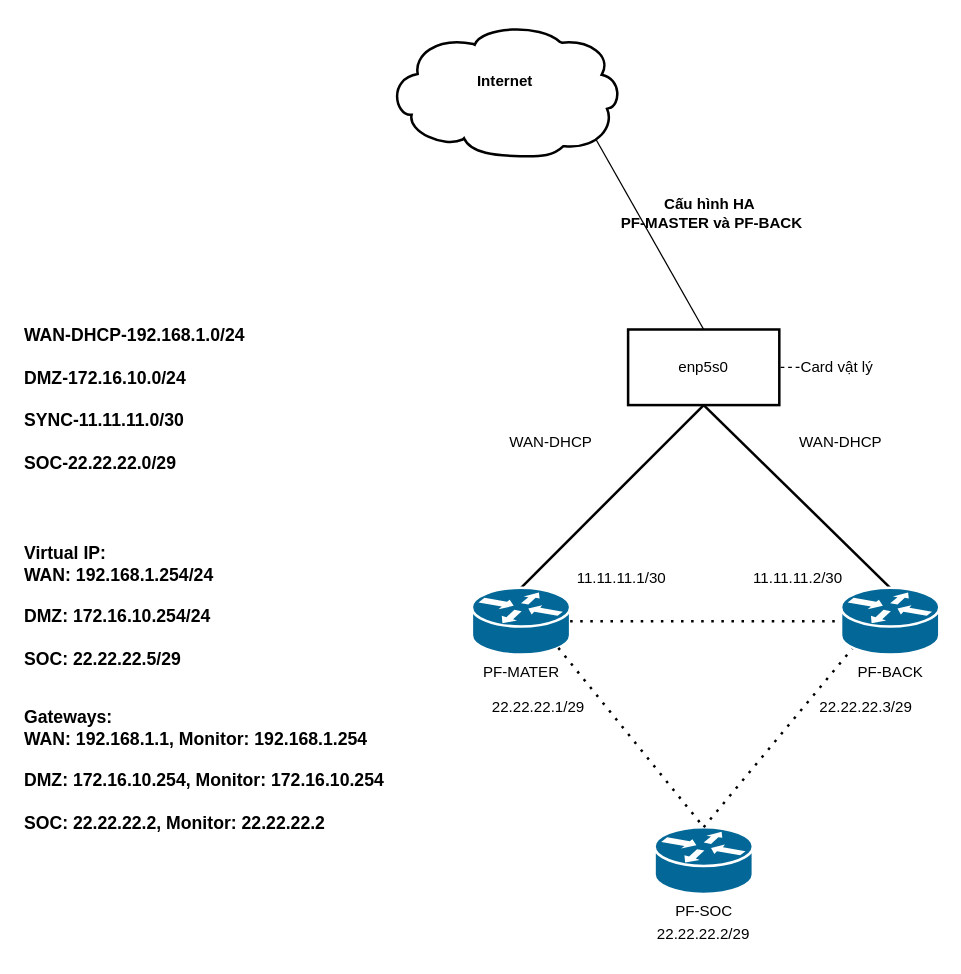
Above: lab-000-pfsense-HA-map.drawio in BHNamSSD/pfsense (draw.io), before the change. Source tidied: cells renumbered, new cells numbered last; positions are measured from the earlier drawing's top-left corner, leaving out a move shared by most shapes. Both pictures are drawn from the tidied source at 126%, with x=0, y=0 at pixel (21, 23).
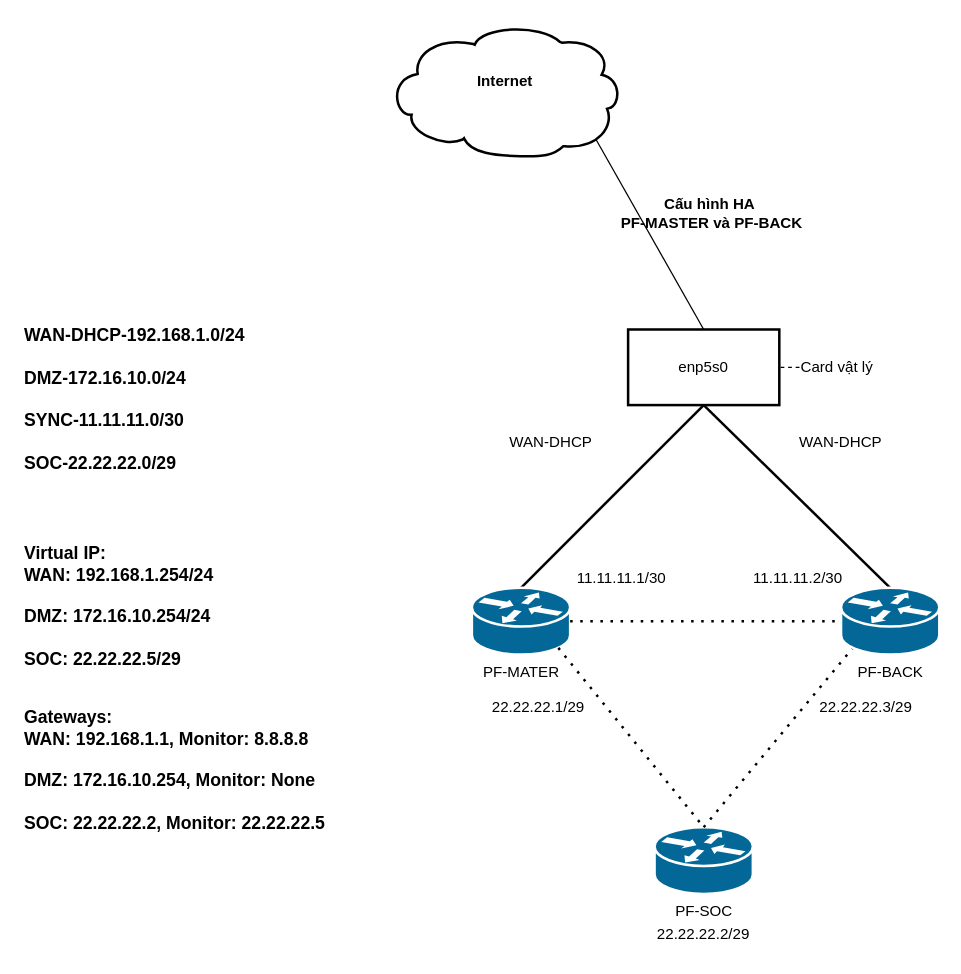
After the change.

Commit message:
Cập nhật lab-000-pfsense-HA-map.drawio

The edit, as a diff of the source:
```diff
@@
-    <mxCell id="25" value="&lt;div&gt;&lt;span&gt;Gateways:&lt;/span&gt;&lt;/div&gt;&lt;div&gt;&lt;span&gt;WAN: 192.168.1.1, Monitor: 192.168.1.254&lt;/span&gt;&lt;/div&gt;&lt;div&gt;&lt;span&gt;&lt;br&gt;&lt;/span&gt;&lt;/div&gt;&lt;div&gt;&lt;span&gt;DMZ: 172.16.10.254, Monitor: 172.16.10.254&lt;/span&gt;&lt;/div&gt;&lt;div&gt;&lt;span&gt;&lt;br&gt;&lt;/span&gt;&lt;/div&gt;&lt;div&gt;SOC: 22.22.22.2, Monitor: 22.22.22.2&lt;/div&gt;&lt;div&gt;&lt;span&gt;&lt;br&gt;&lt;/span&gt;&lt;/div&gt;" style="text;html=1;align=left;verticalAlign=top;whiteSpace=wrap;rounded=0;fontStyle=1;labelPosition=center;verticalLabelPosition=middle;fontSize=14;" parent="1" vertex="1">
+    <mxCell id="25" value="&lt;div&gt;&lt;span&gt;Gateways:&lt;/span&gt;&lt;/div&gt;&lt;div&gt;&lt;span&gt;WAN: 192.168.1.1, Monitor: 8.8.8.8&lt;/span&gt;&lt;/div&gt;&lt;div&gt;&lt;span&gt;&lt;br&gt;&lt;/span&gt;&lt;/div&gt;&lt;div&gt;&lt;span&gt;DMZ: 172.16.10.254, Monitor: None&lt;/span&gt;&lt;/div&gt;&lt;div&gt;&lt;span&gt;&lt;br&gt;&lt;/span&gt;&lt;/div&gt;&lt;div&gt;SOC: 22.22.22.2, Monitor: 22.22.22.5&lt;/div&gt;&lt;div&gt;&lt;span&gt;&lt;br&gt;&lt;/span&gt;&lt;/div&gt;" style="text;html=1;align=left;verticalAlign=top;whiteSpace=wrap;rounded=0;fontStyle=1;labelPosition=center;verticalLabelPosition=middle;fontSize=14;" parent="1" vertex="1">
       <mxGeometry y="536" width="310" height="150" as="geometry" />
     </mxCell>
```
